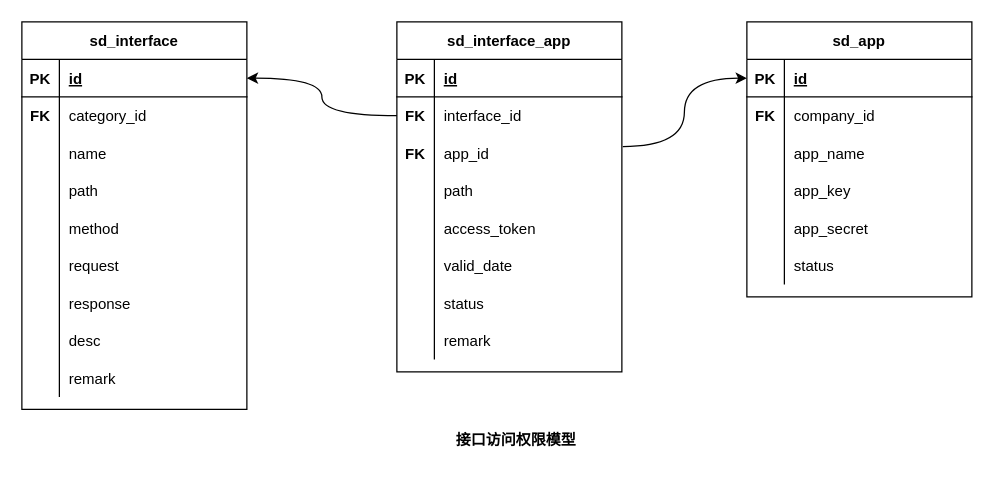
Before: page "20220930154752" (9 of 11) of src/work/wyjz/service_directory/db_design_20220930.drawio in ab-doc/draw.io, a draw.io diagram. Source tidied: cells renumbered, new cells numbered last; positions are measured from the earlier drawing's top-left corner, leaving out a move shared by most shapes. Both pictures are drawn from the tidied source at 125%, with x=0, y=0 at pixel (21, 21).
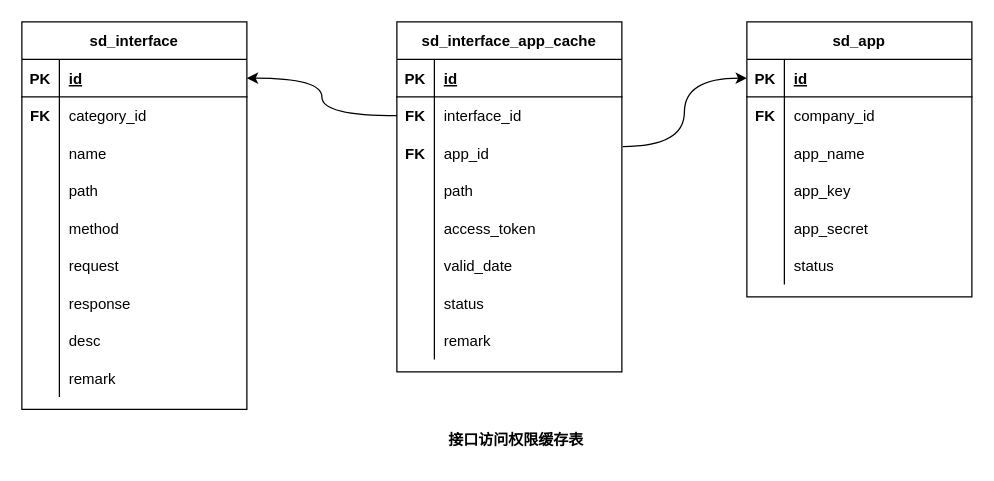
Above is the later version.

Change to the diagram source:
```diff
@@
-    <mxCell id="4" value="sd_interface_app" style="shape=table;startSize=30;childLayout=tableLayout;rowLines=0;fontStyle=1;align=center;" parent="1" vertex="1">
+    <mxCell id="4" value="sd_interface_app_cache" style="shape=table;startSize=30;childLayout=tableLayout;rowLines=0;fontStyle=1;align=center;" parent="1" vertex="1">
       <mxGeometry x="300" width="180" height="280" as="geometry" />
     </mxCell>
@@
-    <mxCell id="29" value="&lt;b&gt;接口访问权限模型&lt;/b&gt;" style="text;html=1;align=center;verticalAlign=middle;strokeColor=none;fillColor=none;" parent="1" vertex="1">
-      <mxGeometry x="335" y="320" width="120" height="30" as="geometry" />
+    <mxCell id="29" value="&lt;b&gt;接口访问权限缓存表&lt;/b&gt;" style="text;html=1;align=center;verticalAlign=middle;strokeColor=none;fillColor=none;" parent="1" vertex="1">
+      <mxGeometry x="330" y="320" width="130" height="30" as="geometry" />
     </mxCell>
```
